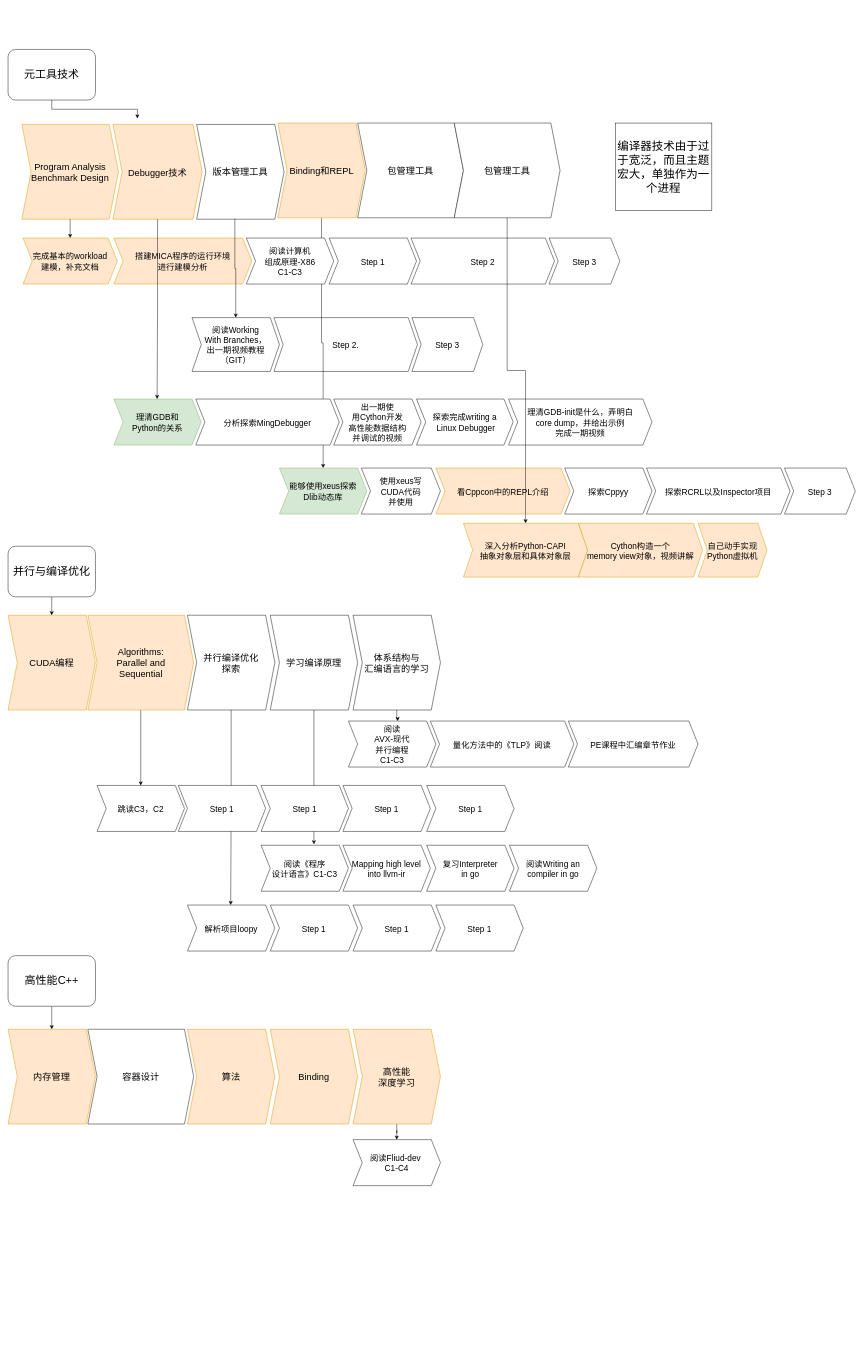
Earlier version of the draw.io diagram page "知识充电" (1 of 6) of scheduler.drawio (xiaoniaoyouhuajiang/ClassNotebook). Source tidied: cells renumbered, new cells numbered last; positions are measured from the earlier drawing's top-left corner, leaving out a move shared by most shapes. Both pictures are drawn from the tidied source at 46%, with x=0, y=0 at pixel (8, 49).
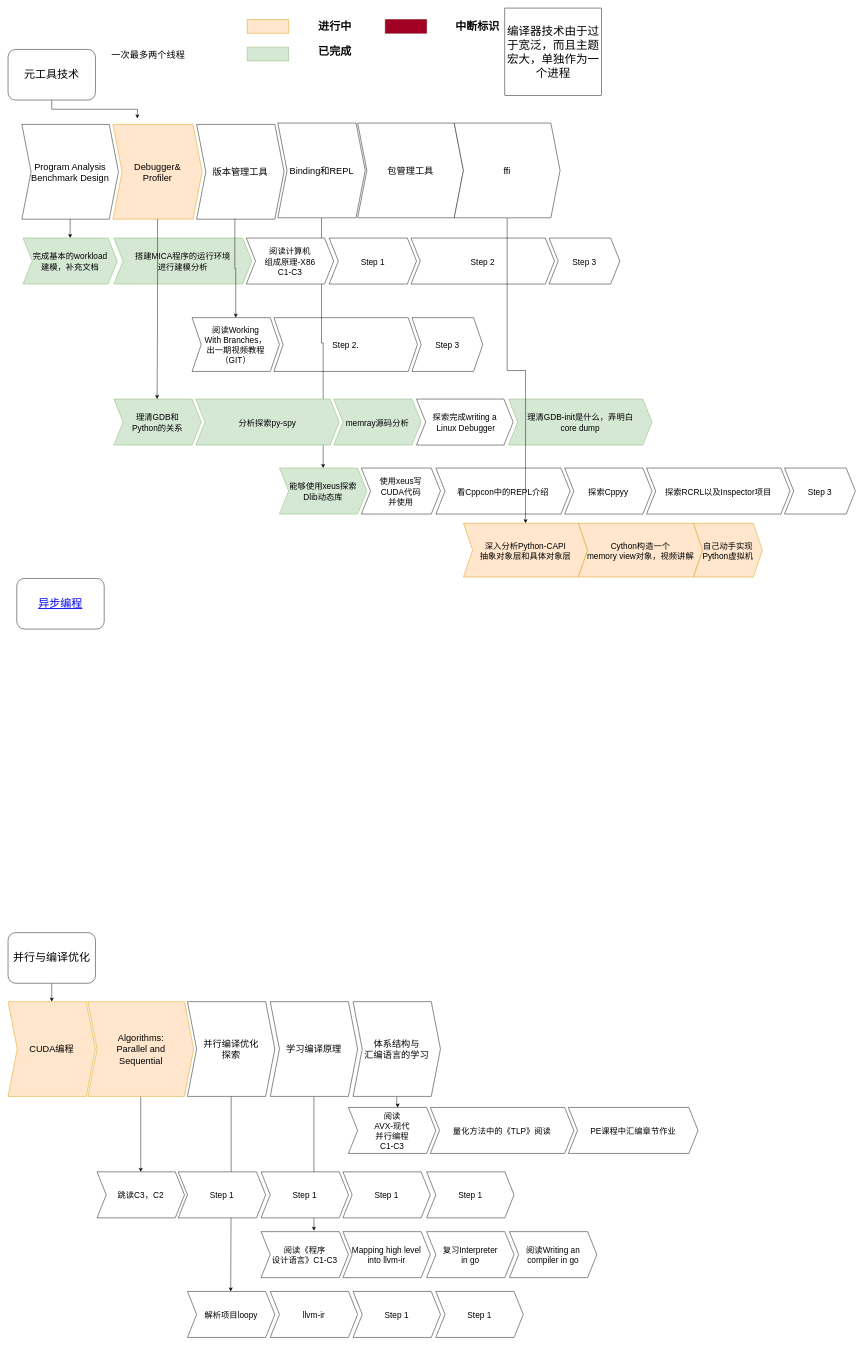
After the change.

Unchanged cells that the change refers to:
```xml
<mxCell id="4" style="swimlane;horizontal=1;fillColor=none;strokeColor=none;stackBorder=10;align=center;fontColor=#000000;" parent="1" vertex="1">
  <mxGeometry x="20" y="130" width="590" height="249" as="geometry" />
</mxCell>
```

The edit, as a diff of the source:
```diff
@@
-    <mxCell id="5" value="Program Analysis&#10;Benchmark Design" style="shape=step;perimeter=stepPerimeter;fixedSize=1;points=[];fontSize=20;fillColor=#ffe6cc;strokeColor=#d79b00;" parent="4" vertex="1">
+    <mxCell id="5" value="Program Analysis&#10;Benchmark Design" style="shape=step;perimeter=stepPerimeter;fixedSize=1;points=[];fontSize=20;" parent="4" vertex="1">
       <mxGeometry x="10" y="33" width="210" height="206" as="geometry" />
     </mxCell>
-    <mxCell id="6" value="Debugger技术" style="shape=step;perimeter=stepPerimeter;fixedSize=1;points=[];fontSize=20;fillColor=#ffe6cc;strokeColor=#d79b00;" parent="4" vertex="1">
+    <mxCell id="6" value="Debugger&amp;&#10;Profiler" style="shape=step;perimeter=stepPerimeter;fixedSize=1;points=[];fontSize=20;fillColor=#ffe6cc;strokeColor=#d79b00;" parent="4" vertex="1">
       <mxGeometry x="208" y="33" width="194" height="206" as="geometry" />
     </mxCell>
@@
-    <mxCell id="9" value="完成基本的workload&#10;建模，补充文档" style="shape=step;perimeter=stepPerimeter;fixedSize=1;points=[];fontSize=18;fillColor=#ffe6cc;strokeColor=#d79b00;" parent="1" vertex="1">
+    <mxCell id="9" value="完成基本的workload&#10;建模，补充文档" style="shape=step;perimeter=stepPerimeter;fixedSize=1;points=[];fontSize=18;fillColor=#d5e8d4;strokeColor=#82b366;" parent="1" vertex="1">
       <mxGeometry x="32.5" y="410" width="205" height="100" as="geometry" />
     </mxCell>
-    <mxCell id="10" value="搭建MICA程序的运行环境&#10;进行建模分析" style="shape=step;perimeter=stepPerimeter;fixedSize=1;fontSize=18;fillColor=#ffe6cc;strokeColor=#d79b00;" parent="1" vertex="1">
+    <mxCell id="10" value="搭建MICA程序的运行环境&#10;进行建模分析" style="shape=step;perimeter=stepPerimeter;fixedSize=1;fontSize=18;fillColor=#d5e8d4;strokeColor=#82b366;" parent="1" vertex="1">
       <mxGeometry x="230" y="410" width="300" height="100" as="geometry" />
     </mxCell>
@@
-    <mxCell id="17" value="Binding和REPL" style="shape=step;perimeter=stepPerimeter;fixedSize=1;points=[];whiteSpace=wrap;fontSize=20;fillColor=#ffe6cc;strokeColor=#d79b00;" parent="1" vertex="1">
+    <mxCell id="17" value="Binding和REPL" style="shape=step;perimeter=stepPerimeter;fixedSize=1;points=[];whiteSpace=wrap;fontSize=20;" parent="1" vertex="1">
       <mxGeometry x="586.5" y="160" width="190" height="206" as="geometry" />
     </mxCell>
@@
     <mxCell id="19" value="&lt;font style=&quot;font-size: 25px;&quot;&gt;编译器技术由于过于宽泛，而且主题宏大，单独作为一个进程&lt;/font&gt;" style="rounded=0;whiteSpace=wrap;html=1;" parent="1" vertex="1">
-      <mxGeometry x="1320" y="160" width="210" height="190" as="geometry" />
+      <mxGeometry x="1080" y="-90" width="210" height="190" as="geometry" />
     </mxCell>
@@
-    <mxCell id="21" value="分析探索MingDebugger" style="shape=step;perimeter=stepPerimeter;fixedSize=1;fontSize=18;" parent="1" vertex="1">
+    <mxCell id="21" value="分析探索py-spy" style="shape=step;perimeter=stepPerimeter;fixedSize=1;fontSize=18;fillColor=#d5e8d4;strokeColor=#82b366;" parent="1" vertex="1">
       <mxGeometry x="408" y="760" width="312" height="100" as="geometry" />
     </mxCell>
@@
-    <mxCell id="23" value="出一期使&#10;用Cython开发&#10;高性能数据结构&#10;并调试的视频" style="shape=step;perimeter=stepPerimeter;fixedSize=1;fontSize=18;" parent="1" vertex="1">
+    <mxCell id="23" value="memray源码分析" style="shape=step;perimeter=stepPerimeter;fixedSize=1;fontSize=18;fillColor=#d5e8d4;strokeColor=#82b366;" parent="1" vertex="1">
       <mxGeometry x="708" y="760" width="190" height="100" as="geometry" />
     </mxCell>
-    <mxCell id="24" value="理清GDB-init是什么，弄明白&#10;core dump，并给出示例&#10;完成一期视频" style="shape=step;perimeter=stepPerimeter;fixedSize=1;fontSize=18;" parent="1" vertex="1">
+    <mxCell id="24" value="理清GDB-init是什么，弄明白&#10;core dump" style="shape=step;perimeter=stepPerimeter;fixedSize=1;fontSize=18;fillColor=#d5e8d4;strokeColor=#82b366;" parent="1" vertex="1">
       <mxGeometry x="1088" y="760" width="312" height="100" as="geometry" />
     </mxCell>
@@
-    <mxCell id="31" value="看Cppcon中的REPL介绍" style="shape=step;perimeter=stepPerimeter;fixedSize=1;fontSize=18;fillColor=#ffe6cc;strokeColor=#d79b00;" parent="1" vertex="1">
+    <mxCell id="31" value="看Cppcon中的REPL介绍" style="shape=step;perimeter=stepPerimeter;fixedSize=1;fontSize=18;" parent="1" vertex="1">
       <mxGeometry x="930" y="910" width="292" height="100" as="geometry" />
     </mxCell>
@@
     <mxCell id="36" value="&lt;span style=&quot;font-size: 24px&quot;&gt;并行与编译优化&lt;/span&gt;" style="rounded=1;whiteSpace=wrap;html=1;" parent="1" vertex="1">
-      <mxGeometry y="1080" width="190" height="110" as="geometry" />
+      <mxGeometry y="1920" width="190" height="110" as="geometry" />
     </mxCell>
     <mxCell id="37" value="CUDA编程" style="shape=step;perimeter=stepPerimeter;fixedSize=1;points=[];whiteSpace=wrap;fontSize=20;fillColor=#ffe6cc;strokeColor=#d79b00;" parent="1" vertex="1">
-      <mxGeometry y="1230" width="190" height="206" as="geometry" />
+      <mxGeometry y="2070" width="190" height="206" as="geometry" />
     </mxCell>
@@
     <mxCell id="39" value="Algorithms: &#10;Parallel and &#10;Sequential" style="shape=step;perimeter=stepPerimeter;fixedSize=1;points=[];whiteSpace=wrap;fontSize=20;fillColor=#ffe6cc;strokeColor=#d79b00;" parent="1" vertex="1">
-      <mxGeometry x="173.5" y="1230" width="230" height="206" as="geometry" />
+      <mxGeometry x="173.5" y="2070" width="230" height="206" as="geometry" />
     </mxCell>
@@
     <mxCell id="41" value="并行编译优化&#10;探索" style="shape=step;perimeter=stepPerimeter;fixedSize=1;points=[];whiteSpace=wrap;fontSize=20;" parent="1" vertex="1">
-      <mxGeometry x="390" y="1230" width="190" height="206" as="geometry" />
+      <mxGeometry x="390" y="2070" width="190" height="206" as="geometry" />
     </mxCell>
@@
     <mxCell id="43" value="学习编译原理" style="shape=step;perimeter=stepPerimeter;fixedSize=1;points=[];whiteSpace=wrap;fontSize=20;" parent="1" vertex="1">
-      <mxGeometry x="570" y="1230" width="190" height="206" as="geometry" />
+      <mxGeometry x="570" y="2070" width="190" height="206" as="geometry" />
     </mxCell>
@@
     <mxCell id="45" value="体系结构与&#10;汇编语言的学习" style="shape=step;perimeter=stepPerimeter;fixedSize=1;points=[];whiteSpace=wrap;fontSize=20;" parent="1" vertex="1">
-      <mxGeometry x="750" y="1230" width="190" height="206" as="geometry" />
+      <mxGeometry x="750" y="2070" width="190" height="206" as="geometry" />
     </mxCell>
-    <mxCell id="46" style="edgeStyle=orthogonalEdgeStyle;rounded=0;jettySize=auto;html=1;" parent="1" edge="1" source="47" target="48">
-      <mxGeometry relative="1" as="geometry" />
-    </mxCell>
-    <mxCell id="47" value="&lt;span style=&quot;font-size: 24px&quot;&gt;高性能C++&lt;/span&gt;" style="rounded=1;whiteSpace=wrap;html=1;" parent="1" vertex="1">
-      <mxGeometry y="1970" width="190" height="110" as="geometry" />
-    </mxCell>
-    <mxCell id="48" value="内存管理" style="shape=step;perimeter=stepPerimeter;fixedSize=1;points=[];whiteSpace=wrap;fontSize=20;fillColor=#ffe6cc;strokeColor=#d79b00;" parent="1" vertex="1">
-      <mxGeometry y="2130" width="190" height="206" as="geometry" />
-    </mxCell>
-    <mxCell id="49" value="容器设计" style="shape=step;perimeter=stepPerimeter;fixedSize=1;whiteSpace=wrap;fontSize=20;" parent="1" vertex="1">
-      <mxGeometry x="173.5" y="2130" width="230" height="206" as="geometry" />
-    </mxCell>
-    <mxCell id="50" value="算法" style="shape=step;perimeter=stepPerimeter;fixedSize=1;whiteSpace=wrap;fontSize=20;fillColor=#ffe6cc;strokeColor=#d79b00;" parent="1" vertex="1">
-      <mxGeometry x="390" y="2130" width="190" height="206" as="geometry" />
-    </mxCell>
-    <mxCell id="51" value="Binding" style="shape=step;perimeter=stepPerimeter;fixedSize=1;whiteSpace=wrap;fontSize=20;fillColor=#ffe6cc;strokeColor=#d79b00;" parent="1" vertex="1">
-      <mxGeometry x="570" y="2130" width="190" height="206" as="geometry" />
-    </mxCell>
-    <mxCell id="52" style="edgeStyle=orthogonalEdgeStyle;rounded=0;jettySize=auto;html=1;" parent="1" edge="1" source="53" target="76">
-      <mxGeometry relative="1" as="geometry" />
-    </mxCell>
-    <mxCell id="53" value="高性能&#10;深度学习" style="shape=step;perimeter=stepPerimeter;fixedSize=1;points=[];whiteSpace=wrap;fontSize=20;fillColor=#ffe6cc;strokeColor=#d79b00;" parent="1" vertex="1">
-      <mxGeometry x="750" y="2130" width="190" height="206" as="geometry" />
-    </mxCell>
     <mxCell id="54" value="阅读&#10;AVX-现代&#10;并行编程&#10;C1-C3" style="shape=step;perimeter=stepPerimeter;fixedSize=1;points=[];fontSize=18;" parent="1" vertex="1">
-      <mxGeometry x="740" y="1460" width="190" height="100" as="geometry" />
+      <mxGeometry x="740" y="2300" width="190" height="100" as="geometry" />
     </mxCell>
     <mxCell id="55" value="量化方法中的《TLP》阅读" style="shape=step;perimeter=stepPerimeter;fixedSize=1;fontSize=18;" parent="1" vertex="1">
-      <mxGeometry x="918" y="1460" width="312" height="100" as="geometry" />
+      <mxGeometry x="918" y="2300" width="312" height="100" as="geometry" />
     </mxCell>
     <mxCell id="56" value="PE课程中汇编章节作业" style="shape=step;perimeter=stepPerimeter;fixedSize=1;fontSize=18;" parent="1" vertex="1">
-      <mxGeometry x="1218" y="1460" width="282" height="100" as="geometry" />
+      <mxGeometry x="1218" y="2300" width="282" height="100" as="geometry" />
     </mxCell>
     <mxCell id="57" value="跳读C3，C2" style="shape=step;perimeter=stepPerimeter;fixedSize=1;points=[];fontSize=18;" parent="1" vertex="1">
-      <mxGeometry x="193.5" y="1600" width="190" height="100" as="geometry" />
+      <mxGeometry x="193.5" y="2440" width="190" height="100" as="geometry" />
     </mxCell>
     <mxCell id="58" value="Step 1" style="shape=step;perimeter=stepPerimeter;fixedSize=1;fontSize=18;" parent="1" vertex="1">
-      <mxGeometry x="728" y="1600" width="190" height="100" as="geometry" />
+      <mxGeometry x="728" y="2440" width="190" height="100" as="geometry" />
     </mxCell>
     <mxCell id="59" value="Step 1" style="shape=step;perimeter=stepPerimeter;fixedSize=1;fontSize=18;" parent="1" vertex="1">
-      <mxGeometry x="370" y="1600" width="190" height="100" as="geometry" />
+      <mxGeometry x="370" y="2440" width="190" height="100" as="geometry" />
     </mxCell>
     <mxCell id="60" value="Step 1" style="shape=step;perimeter=stepPerimeter;fixedSize=1;fontSize=18;" parent="1" vertex="1">
-      <mxGeometry x="550" y="1600" width="190" height="100" as="geometry" />
+      <mxGeometry x="550" y="2440" width="190" height="100" as="geometry" />
     </mxCell>
     <mxCell id="61" value="Step 1" style="shape=step;perimeter=stepPerimeter;fixedSize=1;fontSize=18;" parent="1" vertex="1">
-      <mxGeometry x="910" y="1600" width="190" height="100" as="geometry" />
+      <mxGeometry x="910" y="2440" width="190" height="100" as="geometry" />
     </mxCell>
     <mxCell id="62" value="阅读《程序&#10;设计语言》C1-C3" style="shape=step;perimeter=stepPerimeter;fixedSize=1;points=[];fontSize=18;" parent="1" vertex="1">
-      <mxGeometry x="550" y="1730" width="190" height="100" as="geometry" />
+      <mxGeometry x="550" y="2570" width="190" height="100" as="geometry" />
     </mxCell>
     <mxCell id="63" value="Mapping high level&#10;into llvm-ir" style="shape=step;perimeter=stepPerimeter;fixedSize=1;fontSize=18;" parent="1" vertex="1">
-      <mxGeometry x="728" y="1730" width="190" height="100" as="geometry" />
+      <mxGeometry x="728" y="2570" width="190" height="100" as="geometry" />
     </mxCell>
     <mxCell id="64" value="阅读Writing an &#10;compiler in go" style="shape=step;perimeter=stepPerimeter;fixedSize=1;fontSize=18;" parent="1" vertex="1">
-      <mxGeometry x="1090" y="1730" width="190" height="100" as="geometry" />
+      <mxGeometry x="1090" y="2570" width="190" height="100" as="geometry" />
     </mxCell>
     <mxCell id="65" value="复习Interpreter&#10;in go" style="shape=step;perimeter=stepPerimeter;fixedSize=1;fontSize=18;" parent="1" vertex="1">
-      <mxGeometry x="910" y="1730" width="190" height="100" as="geometry" />
+      <mxGeometry x="910" y="2570" width="190" height="100" as="geometry" />
     </mxCell>
     <mxCell id="66" value="解析项目loopy" style="shape=step;perimeter=stepPerimeter;fixedSize=1;points=[];fontSize=18;" parent="1" vertex="1">
-      <mxGeometry x="390" y="1860" width="190" height="100" as="geometry" />
+      <mxGeometry x="390" y="2700" width="190" height="100" as="geometry" />
     </mxCell>
     <mxCell id="67" value="Step 1" style="shape=step;perimeter=stepPerimeter;fixedSize=1;fontSize=18;" parent="1" vertex="1">
-      <mxGeometry x="930" y="1860" width="190" height="100" as="geometry" />
+      <mxGeometry x="930" y="2700" width="190" height="100" as="geometry" />
     </mxCell>
-    <mxCell id="68" value="Step 1" style="shape=step;perimeter=stepPerimeter;fixedSize=1;fontSize=18;" parent="1" vertex="1">
-      <mxGeometry x="570" y="1860" width="190" height="100" as="geometry" />
+    <mxCell id="68" value="llvm-ir" style="shape=step;perimeter=stepPerimeter;fixedSize=1;fontSize=18;" parent="1" vertex="1">
+      <mxGeometry x="570" y="2700" width="190" height="100" as="geometry" />
     </mxCell>
     <mxCell id="69" value="Step 1" style="shape=step;perimeter=stepPerimeter;fixedSize=1;fontSize=18;" parent="1" vertex="1">
-      <mxGeometry x="750" y="1860" width="190" height="100" as="geometry" />
+      <mxGeometry x="750" y="2700" width="190" height="100" as="geometry" />
     </mxCell>
@@
-    <mxCell id="72" value="包管理工具" style="shape=step;perimeter=stepPerimeter;fixedSize=1;points=[];whiteSpace=wrap;fontSize=20;" parent="1" vertex="1">
+    <mxCell id="72" value="ffi" style="shape=step;perimeter=stepPerimeter;fixedSize=1;points=[];whiteSpace=wrap;fontSize=20;" parent="1" vertex="1">
       <mxGeometry x="970" y="160" width="230" height="206" as="geometry" />
     </mxCell>
@@
     <mxCell id="75" value="自己动手实现&#10;Python虚拟机" style="shape=step;perimeter=stepPerimeter;fixedSize=1;fontSize=18;fillColor=#ffe6cc;strokeColor=#d79b00;" parent="1" vertex="1">
-      <mxGeometry x="1500" y="1030" width="150" height="117" as="geometry" />
+      <mxGeometry x="1490" y="1030" width="150" height="117" as="geometry" />
     </mxCell>
-    <mxCell id="76" value="阅读Fliud-dev &#10;C1-C4" style="shape=step;perimeter=stepPerimeter;fixedSize=1;points=[];fontSize=18;" parent="1" vertex="1">
-      <mxGeometry x="750" y="2370" width="190" height="100" as="geometry" />
-    </mxCell>
+    <mxCell id="77" style="verticalLabelPosition=bottom;verticalAlign=top;html=1;shape=mxgraph.basic.rect;fillColor2=none;strokeWidth=1;size=20;indent=5;fontSize=20;fillColor=#ffe6cc;strokeColor=#d79b00;" parent="1" vertex="1">
+      <mxGeometry x="520" y="-65" width="90" height="30" as="geometry" />
+    </mxCell>
+    <mxCell id="78" style="verticalLabelPosition=bottom;verticalAlign=top;html=1;shape=mxgraph.basic.rect;fillColor2=none;strokeWidth=1;size=20;indent=5;fontSize=20;fillColor=#d5e8d4;strokeColor=#82b366;" parent="1" vertex="1">
+      <mxGeometry x="520" y="-5" width="90" height="30" as="geometry" />
+    </mxCell>
+    <mxCell id="79" value="进行中" style="text;strokeColor=none;fillColor=none;html=1;fontSize=24;fontStyle=1;verticalAlign=middle;align=center;" parent="1" vertex="1">
+      <mxGeometry x="660" y="-70" width="100" height="40" as="geometry" />
+    </mxCell>
+    <mxCell id="80" value="已完成" style="text;strokeColor=none;fillColor=none;html=1;fontSize=24;fontStyle=1;verticalAlign=middle;align=center;" parent="1" vertex="1">
+      <mxGeometry x="660" y="-15" width="100" height="40" as="geometry" />
+    </mxCell>
+    <mxCell id="81" value="一次最多两个线程" style="text;html=1;strokeColor=none;fillColor=none;align=center;verticalAlign=middle;whiteSpace=wrap;rounded=0;fontSize=20;" parent="1" vertex="1">
+      <mxGeometry x="220" y="-10" width="170" height="40" as="geometry" />
+    </mxCell>
+    <mxCell id="82" style="verticalLabelPosition=bottom;verticalAlign=top;html=1;shape=mxgraph.basic.rect;fillColor2=none;strokeWidth=1;size=20;indent=5;fontSize=20;fillColor=#a20025;strokeColor=#6F0000;fontColor=#ffffff;" parent="1" vertex="1">
+      <mxGeometry x="820" y="-65" width="90" height="30" as="geometry" />
+    </mxCell>
+    <mxCell id="83" value="中断标识" style="text;strokeColor=none;fillColor=none;html=1;fontSize=24;fontStyle=1;verticalAlign=middle;align=center;" parent="1" vertex="1">
+      <mxGeometry x="970" y="-70" width="100" height="40" as="geometry" />
+    </mxCell>
+    <mxCell id="84" value="&lt;span style=&quot;font-size: 24px;&quot;&gt;&lt;a href=&quot;data:page/id,k4x8bkAEsg89NT-Shseg&quot;&gt;异步编程&lt;/a&gt;&lt;/span&gt;" style="rounded=1;whiteSpace=wrap;html=1;" parent="1" vertex="1">
+      <mxGeometry x="19" y="1150" width="190" height="110" as="geometry" />
+    </mxCell>
```
